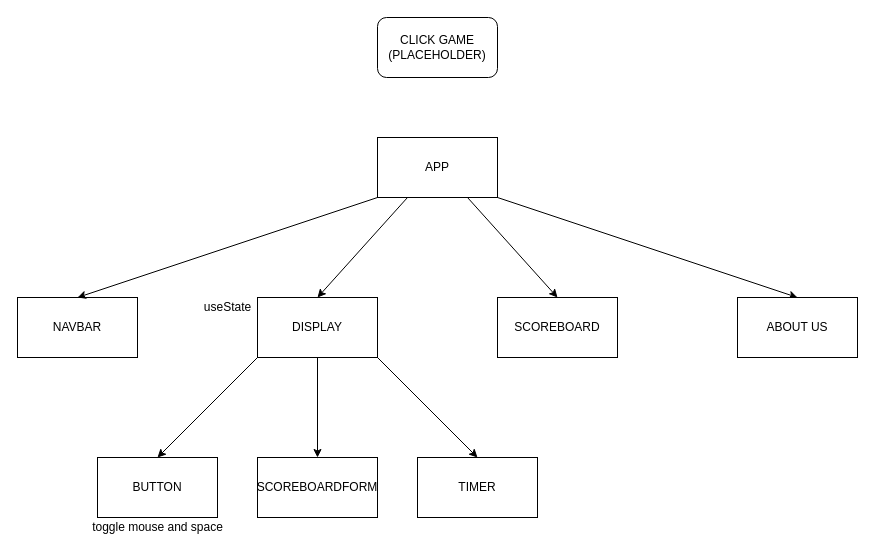
This is src/Components/_COMPONENTS.drawio from esxiao93/CLICKME, a draw.io file, before an edit. Source tidied: cells renumbered, new cells numbered last; positions are measured from the earlier drawing's top-left corner, leaving out a move shared by most shapes. Both pictures are drawn from the tidied source at 100%, with x=0, y=0 at pixel (17, 17).
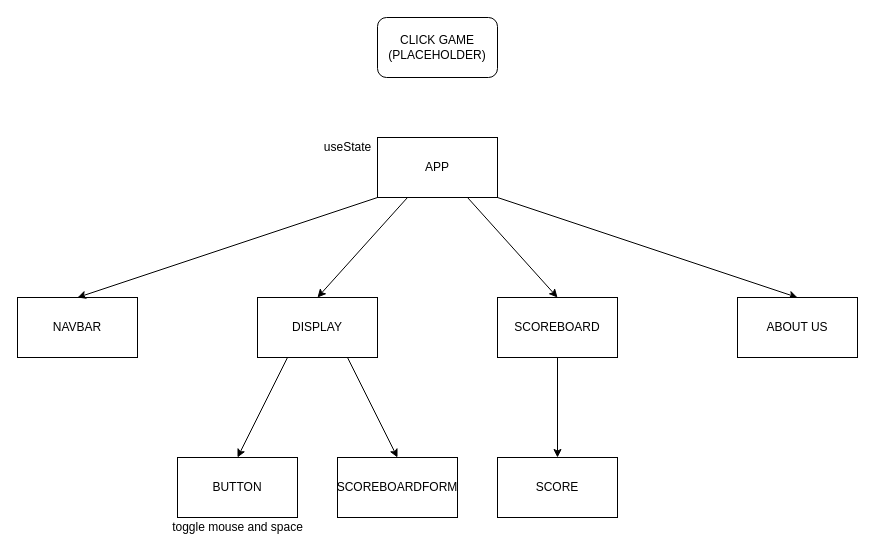
The same diagram, later.

Change to the diagram source:
```diff
@@
 <mxGraphModel>
   <root>
     <mxCell id="0" />
     <mxCell id="1" parent="0" />
+    <mxCell id="20" style="edgeStyle=none;html=1;exitX=0.5;exitY=1;exitDx=0;exitDy=0;" parent="1" edge="1" source="2" target="21">
+      <mxGeometry relative="1" as="geometry" />
+    </mxCell>
     <mxCell id="2" value="SCOREBOARD" style="rounded=0;whiteSpace=wrap;html=1;" parent="1" vertex="1">
       <mxGeometry x="480" y="280" width="120" height="60" as="geometry" />
     </mxCell>
     <mxCell id="3" value="BUTTON" style="rounded=0;whiteSpace=wrap;html=1;" parent="1" vertex="1">
-      <mxGeometry x="80" y="440" width="120" height="60" as="geometry" />
+      <mxGeometry x="160" y="440" width="120" height="60" as="geometry" />
     </mxCell>
-    <mxCell id="4" value="TIMER" style="rounded=0;whiteSpace=wrap;html=1;" parent="1" vertex="1">
-      <mxGeometry x="400" y="440" width="120" height="60" as="geometry" />
-    </mxCell>
     <mxCell id="5" value="NAVBAR" style="rounded=0;whiteSpace=wrap;html=1;" parent="1" vertex="1">
       <mxGeometry y="280" width="120" height="60" as="geometry" />
     </mxCell>
     <mxCell id="6" style="edgeStyle=none;html=1;exitX=0.75;exitY=1;exitDx=0;exitDy=0;entryX=0.5;entryY=0;entryDx=0;entryDy=0;" parent="1" edge="1" source="10" target="2">
       <mxGeometry relative="1" as="geometry" />
     </mxCell>
     <mxCell id="7" style="edgeStyle=none;html=1;exitX=0;exitY=1;exitDx=0;exitDy=0;entryX=0.5;entryY=0;entryDx=0;entryDy=0;" parent="1" edge="1" source="10" target="5">
       <mxGeometry relative="1" as="geometry" />
     </mxCell>
     <mxCell id="8" style="edgeStyle=none;html=1;exitX=0.25;exitY=1;exitDx=0;exitDy=0;entryX=0.5;entryY=0;entryDx=0;entryDy=0;" parent="1" edge="1" source="10" target="15">
       <mxGeometry relative="1" as="geometry" />
     </mxCell>
     <mxCell id="9" style="edgeStyle=none;html=1;exitX=1;exitY=1;exitDx=0;exitDy=0;entryX=0.5;entryY=0;entryDx=0;entryDy=0;" parent="1" edge="1" source="10" target="19">
       <mxGeometry relative="1" as="geometry" />
     </mxCell>
     <mxCell id="10" value="APP" style="rounded=0;whiteSpace=wrap;html=1;" parent="1" vertex="1">
       <mxGeometry x="360" y="120" width="120" height="60" as="geometry" />
     </mxCell>
     <mxCell id="11" value="SCOREBOARDFORM" style="rounded=0;whiteSpace=wrap;html=1;" parent="1" vertex="1">
-      <mxGeometry x="240" y="440" width="120" height="60" as="geometry" />
+      <mxGeometry x="320" y="440" width="120" height="60" as="geometry" />
     </mxCell>
-    <mxCell id="12" style="edgeStyle=none;html=1;exitX=0;exitY=1;exitDx=0;exitDy=0;entryX=0.5;entryY=0;entryDx=0;entryDy=0;" parent="1" edge="1" source="15" target="3">
+    <mxCell id="12" style="edgeStyle=none;html=1;exitX=0.25;exitY=1;exitDx=0;exitDy=0;entryX=0.5;entryY=0;entryDx=0;entryDy=0;" parent="1" edge="1" source="15" target="3">
       <mxGeometry relative="1" as="geometry" />
     </mxCell>
-    <mxCell id="13" style="edgeStyle=none;html=1;exitX=1;exitY=1;exitDx=0;exitDy=0;entryX=0.5;entryY=0;entryDx=0;entryDy=0;" parent="1" edge="1" source="15" target="4">
-      <mxGeometry relative="1" as="geometry" />
-    </mxCell>
-    <mxCell id="14" style="edgeStyle=none;html=1;exitX=0.5;exitY=1;exitDx=0;exitDy=0;entryX=0.5;entryY=0;entryDx=0;entryDy=0;" parent="1" edge="1" source="15" target="11">
+    <mxCell id="14" style="edgeStyle=none;html=1;exitX=0.75;exitY=1;exitDx=0;exitDy=0;entryX=0.5;entryY=0;entryDx=0;entryDy=0;" parent="1" edge="1" source="15" target="11">
       <mxGeometry relative="1" as="geometry" />
     </mxCell>
     <mxCell id="15" value="DISPLAY" style="rounded=0;whiteSpace=wrap;html=1;" parent="1" vertex="1">
       <mxGeometry x="240" y="280" width="120" height="60" as="geometry" />
     </mxCell>
     <mxCell id="16" value="CLICK GAME&lt;br&gt;(PLACEHOLDER)" style="rounded=1;whiteSpace=wrap;html=1;" parent="1" vertex="1">
       <mxGeometry x="360" width="120" height="60" as="geometry" />
     </mxCell>
     <mxCell id="17" value="useState" style="text;html=1;align=center;verticalAlign=middle;strokeColor=none;fillColor=none;" parent="1" vertex="1">
-      <mxGeometry x="180" y="280" width="60" height="20" as="geometry" />
+      <mxGeometry x="300" y="120" width="60" height="20" as="geometry" />
     </mxCell>
     <mxCell id="18" value="toggle mouse and space" style="text;html=1;align=center;verticalAlign=middle;strokeColor=none;fillColor=none;" parent="1" vertex="1">
-      <mxGeometry x="65" y="500" width="150" height="20" as="geometry" />
+      <mxGeometry x="145" y="500" width="150" height="20" as="geometry" />
     </mxCell>
     <mxCell id="19" value="ABOUT US" style="rounded=0;whiteSpace=wrap;html=1;" parent="1" vertex="1">
       <mxGeometry x="720" y="280" width="120" height="60" as="geometry" />
     </mxCell>
+    <mxCell id="21" value="SCORE" style="rounded=0;whiteSpace=wrap;html=1;" parent="1" vertex="1">
+      <mxGeometry x="480" y="440" width="120" height="60" as="geometry" />
+    </mxCell>
   </root>
 </mxGraphModel>
```
